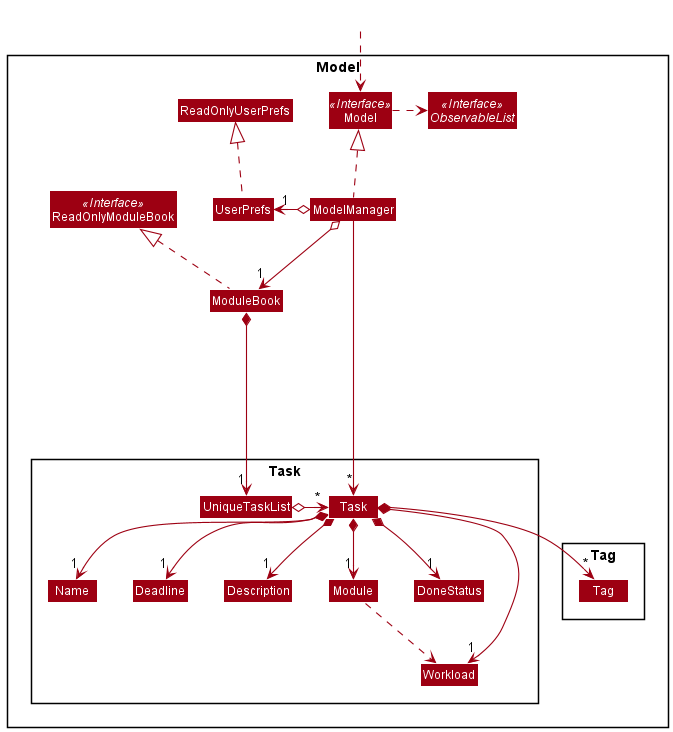
Above: docs/images/ModelClassDiagram.png in nus-cs2103-AY2021S2/tp (PlantUML), before the change.
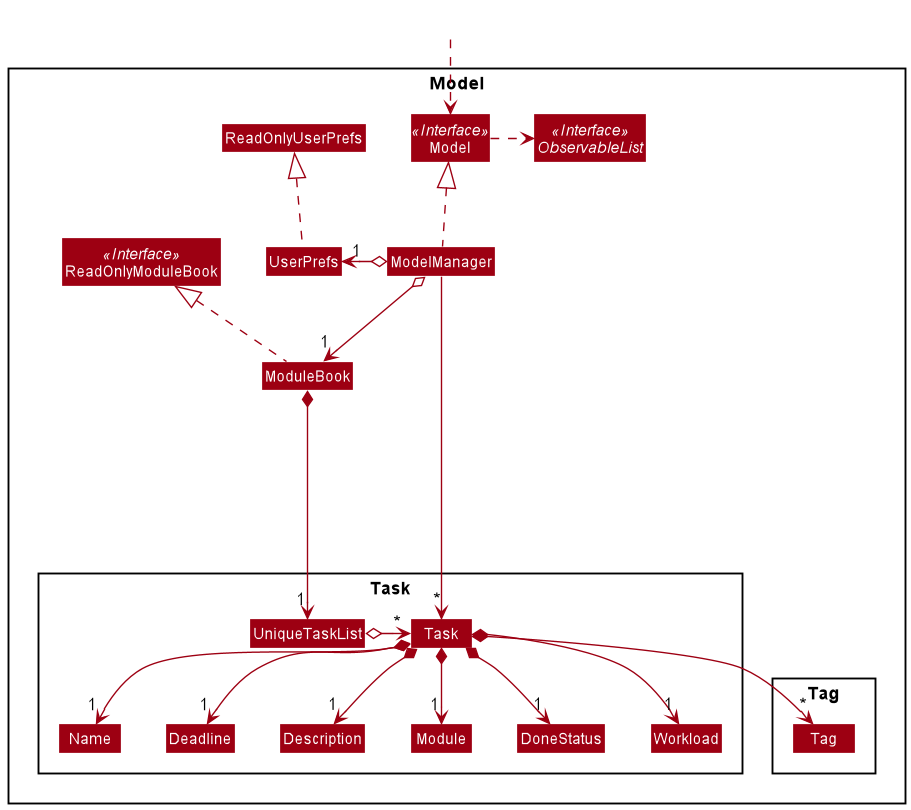
Above is the later version.

Diff of the diagram source:
```diff
@@ -51,7 +51,6 @@
 Task *--> "1" Workload
 Task *--> "1" DoneStatus
 Task *--> "*" Tag
-Module ..> Workload
 
 Name -[hidden]right-> Deadline
 Deadline -[hidden]right-> Description
```
